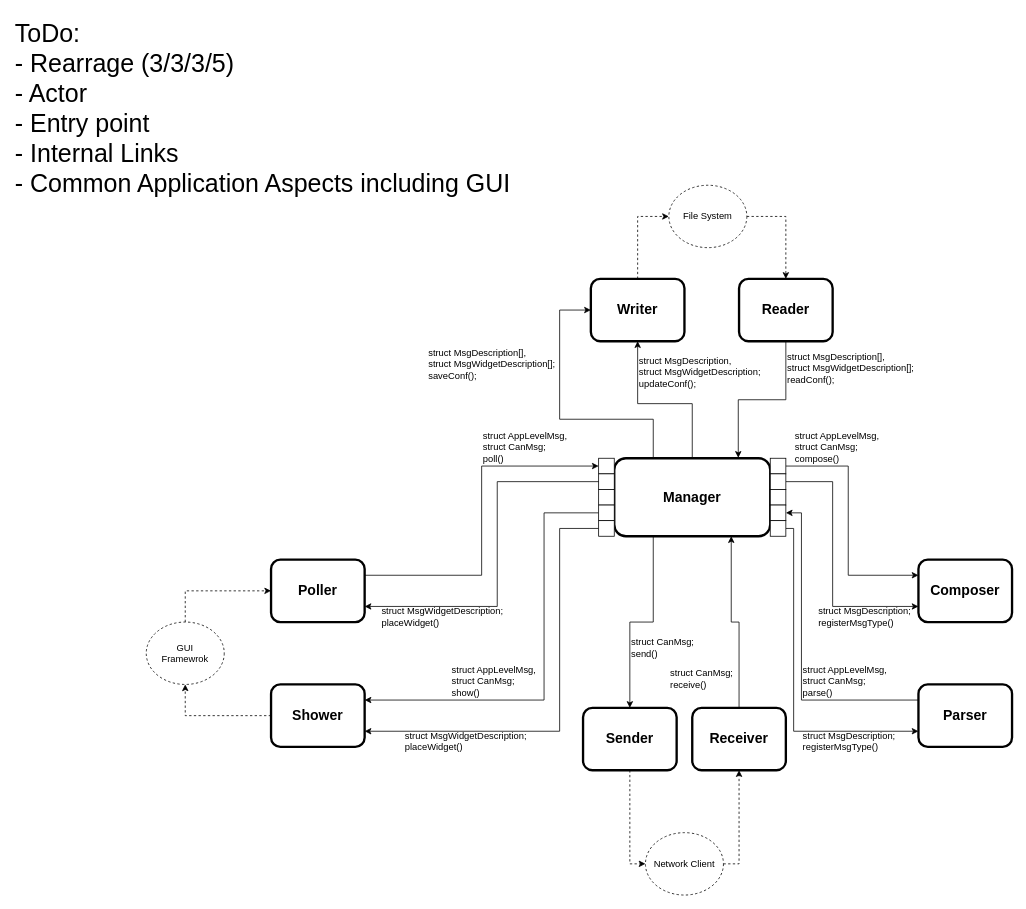
The draw.io diagram Low Level Diagram.drawio in davarabinovich/can_ciffer, before the edit. Source tidied: cells renumbered, new cells numbered last; positions are measured from the earlier drawing's top-left corner, leaving out a move shared by most shapes. Both pictures are drawn from the tidied source at 78%, with x=0, y=0 at pixel (13, 13).
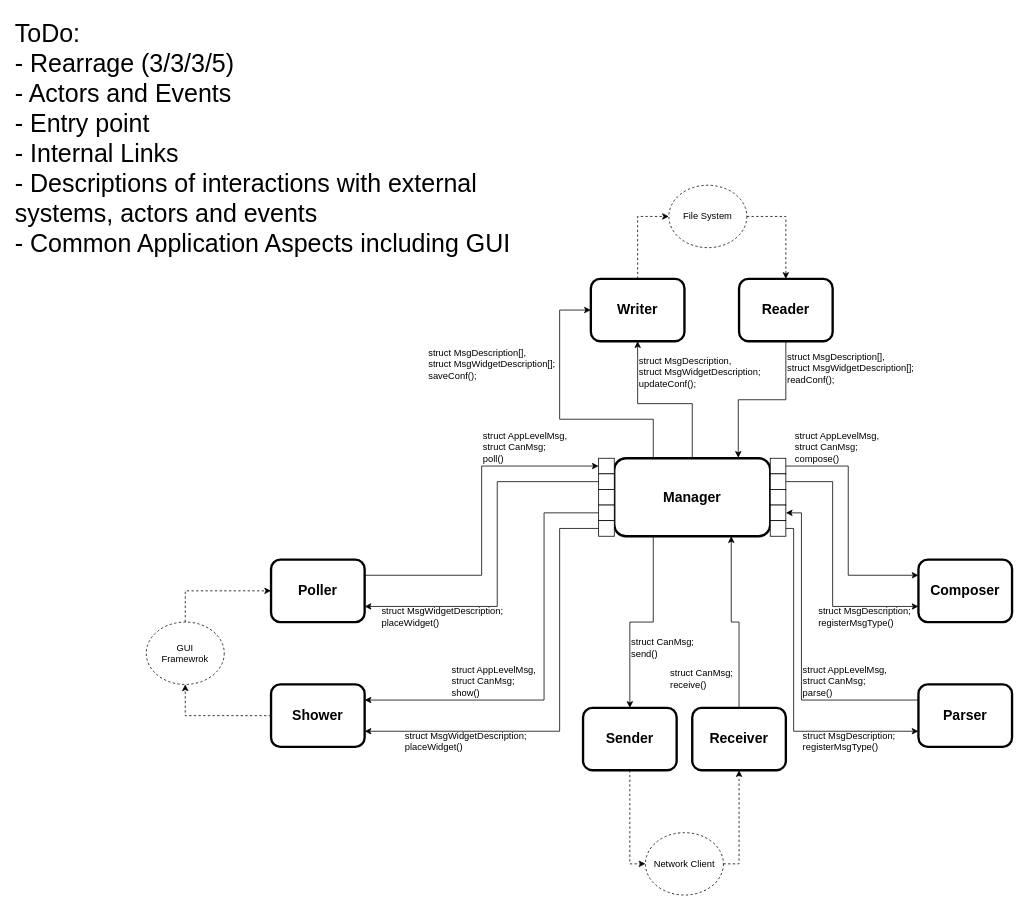
Above is the later version.

The edit, as a diff of the source:
```diff
@@
-    <mxCell id="56" value="ToDo:&lt;div&gt;- Rearrage (3/3/3/5)&lt;/div&gt;&lt;div&gt;- Actor&lt;/div&gt;&lt;div&gt;- Entry point&lt;/div&gt;&lt;div&gt;- Internal Links&lt;/div&gt;&lt;div&gt;- Common Application Aspects including GUI&lt;/div&gt;" style="text;html=1;align=left;verticalAlign=top;whiteSpace=wrap;rounded=0;fontSize=32;" parent="1" vertex="1">
+    <mxCell id="56" value="ToDo:&lt;div&gt;- Rearrage (3/3/3/5)&lt;/div&gt;&lt;div&gt;- Actors and Events&lt;/div&gt;&lt;div&gt;- Entry point&lt;/div&gt;&lt;div&gt;- Internal Links&lt;/div&gt;&lt;div&gt;- Descriptions of interactions with external systems, actors and events&lt;/div&gt;&lt;div&gt;- Common Application Aspects including GUI&lt;/div&gt;" style="text;html=1;align=left;verticalAlign=top;whiteSpace=wrap;rounded=0;fontSize=32;" parent="1" vertex="1">
       <mxGeometry width="670" height="310" as="geometry" />
     </mxCell>
```
